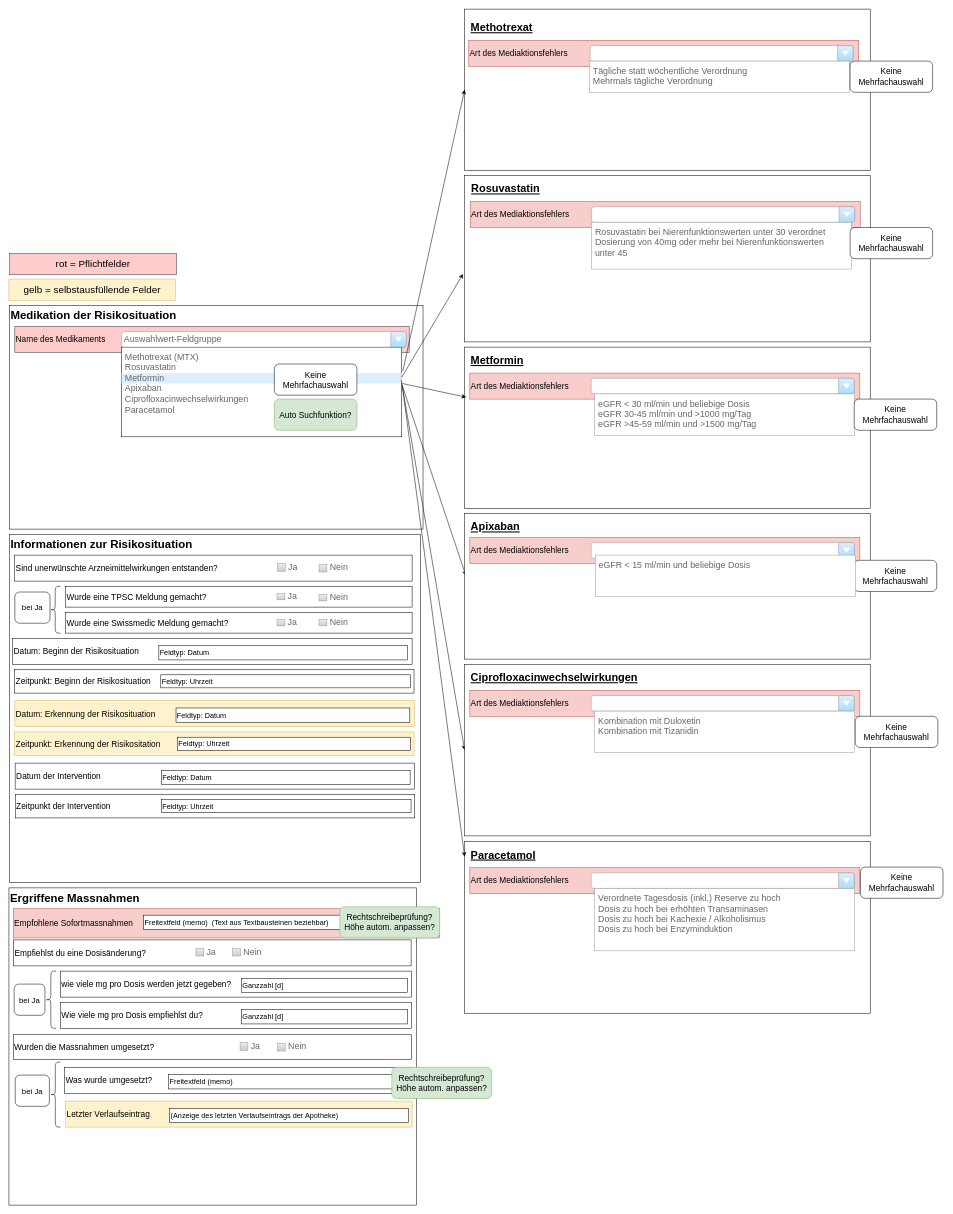
Earlier version of the draw.io diagram DOFI_Konzept2.drawio (MarlenKuehn/DOFI-draw.io). Source tidied: cells renumbered, new cells numbered last; positions are measured from the earlier drawing's top-left corner, leaving out a move shared by most shapes. Both pictures are drawn from the tidied source at 52%, with x=0, y=0 at pixel (9, 9).
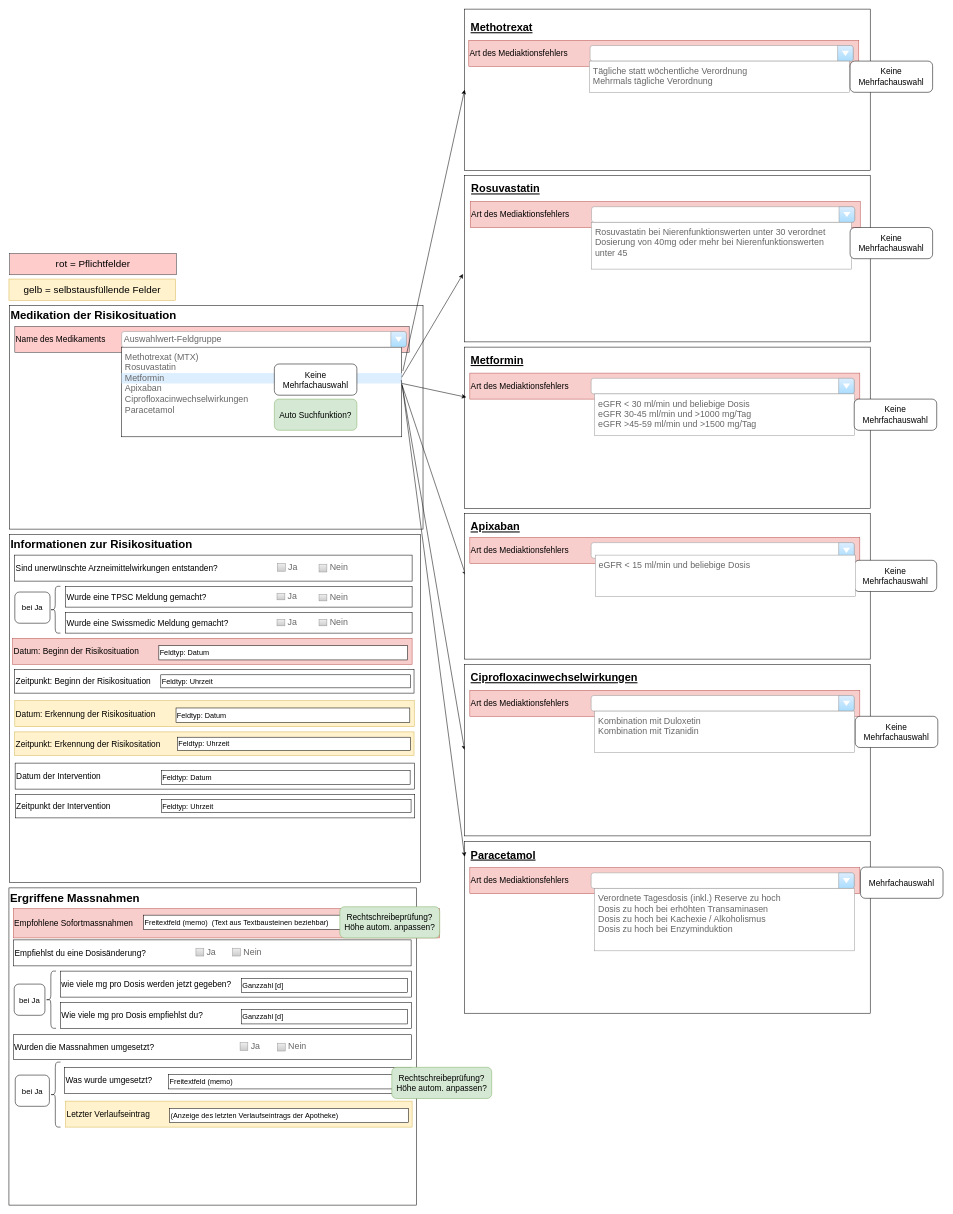
After the change.

The change refers to these unchanged cells:
```xml
<mxCell id="17" value="Informationen zur Risikosituation" style="html=1;whiteSpace=wrap;verticalAlign=top;align=left;fontStyle=1;fontSize=22;" parent="1" vertex="1">
  <mxGeometry x="1" y="1010" width="790" height="670" as="geometry" />
</mxCell>
```

What changed in the source:
```diff
@@
-    <mxCell id="35" value="&lt;font style=&quot;font-size: 16px;&quot;&gt;Datum: Beginn der Risikosituation&lt;/font&gt;" style="html=1;whiteSpace=wrap;align=left;" parent="17" vertex="1">
+    <mxCell id="35" value="&lt;font style=&quot;font-size: 16px;&quot;&gt;Datum: Beginn der Risikosituation&lt;/font&gt;" style="html=1;whiteSpace=wrap;align=left;fillColor=#f8cecc;strokeColor=#b85450;" parent="17" vertex="1">
       <mxGeometry x="5.9" y="200" width="768.1" height="50" as="geometry" />
     </mxCell>
@@
-    <mxCell id="100" value="&lt;font style=&quot;font-size: 16px;&quot;&gt;Keine Mehrfachauswahl&lt;/font&gt;" style="rounded=1;whiteSpace=wrap;html=1;" parent="1" vertex="1">
+    <mxCell id="100" value="&lt;font style=&quot;font-size: 16px;&quot;&gt;Mehrfachauswahl&lt;/font&gt;" style="rounded=1;whiteSpace=wrap;html=1;" parent="1" vertex="1">
       <mxGeometry x="1637.3" y="1650" width="158.7" height="60" as="geometry" />
     </mxCell>
```
